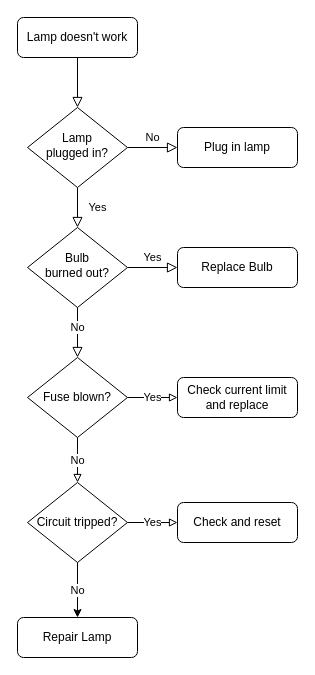
This is Untitled Diagram.drawio from RobertGallen/TestingDiagramsDotNet, a draw.io file, before an edit. Source tidied: cells renumbered, new cells numbered last; positions are measured from the earlier drawing's top-left corner, leaving out a move shared by most shapes. Both pictures are drawn from the tidied source at 100%, with x=0, y=0 at pixel (17, 17).
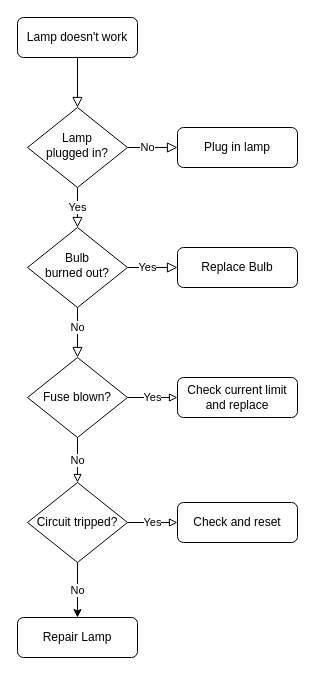
The same page after the edit.

Commit message:
Changed text to be over arrows consistently

Unchanged cells that the change refers to:
```xml
<mxCell id="6" value="Lamp&lt;br&gt;plugged in?" style="rhombus;whiteSpace=wrap;html=1;shadow=0;fontFamily=Helvetica;fontSize=12;align=center;strokeWidth=1;spacing=6;spacingTop=-4;" parent="1" vertex="1">
  <mxGeometry x="10" y="90" width="100" height="80" as="geometry" />
</mxCell>
<mxCell id="7" value="Plug in lamp" style="rounded=1;whiteSpace=wrap;html=1;fontSize=12;glass=0;strokeWidth=1;shadow=0;" parent="1" vertex="1">
  <mxGeometry x="160" y="110" width="120" height="40" as="geometry" />
</mxCell>
<mxCell id="9" value="Bulb&lt;br&gt;burned out?" style="rhombus;whiteSpace=wrap;html=1;shadow=0;fontFamily=Helvetica;fontSize=12;align=center;strokeWidth=1;spacing=6;spacingTop=-4;" parent="1" vertex="1">
  <mxGeometry x="10" y="210" width="100" height="80" as="geometry" />
</mxCell>
<mxCell id="11" value="Replace Bulb" style="rounded=1;whiteSpace=wrap;html=1;fontSize=12;glass=0;strokeWidth=1;shadow=0;" parent="1" vertex="1">
  <mxGeometry x="160" y="230" width="120" height="40" as="geometry" />
</mxCell>
```

Diff of the diagram source:
```diff
@@
-    <mxCell id="4" value="Yes" style="rounded=0;html=1;jettySize=auto;fontSize=11;endArrow=block;endFill=0;endSize=8;strokeWidth=1;shadow=0;labelBackgroundColor=none;edgeStyle=orthogonalEdgeStyle;" parent="1" edge="1" source="6" target="9">
-      <mxGeometry y="20" relative="1" as="geometry" />
+    <mxCell id="4" value="Yes" style="rounded=0;html=1;jettySize=auto;fontSize=11;endArrow=block;endFill=0;endSize=8;strokeWidth=1;shadow=0;labelBackgroundColor=#ffffff;edgeStyle=orthogonalEdgeStyle;" parent="1" edge="1" source="6" target="9">
+      <mxGeometry relative="1" as="geometry" />
     </mxCell>
-    <mxCell id="5" value="No" style="edgeStyle=orthogonalEdgeStyle;rounded=0;html=1;jettySize=auto;fontSize=11;endArrow=block;endFill=0;endSize=8;strokeWidth=1;shadow=0;labelBackgroundColor=none;" parent="1" edge="1" source="6" target="7">
-      <mxGeometry y="10" relative="1" as="geometry" />
+    <mxCell id="5" value="No" style="edgeStyle=orthogonalEdgeStyle;rounded=0;html=1;jettySize=auto;fontSize=11;endArrow=block;endFill=0;endSize=8;strokeWidth=1;shadow=0;labelBackgroundColor=#ffffff;" parent="1" edge="1" source="6" target="7">
+      <mxGeometry x="-0.2" relative="1" as="geometry" />
     </mxCell>
@@
-    <mxCell id="8" value="Yes" style="edgeStyle=orthogonalEdgeStyle;rounded=0;html=1;jettySize=auto;fontSize=11;endArrow=block;endFill=0;endSize=8;strokeWidth=1;shadow=0;labelBackgroundColor=none;" parent="1" edge="1" source="9" target="11">
-      <mxGeometry y="10" relative="1" as="geometry" />
+    <mxCell id="8" value="Yes" style="edgeStyle=orthogonalEdgeStyle;rounded=0;html=1;jettySize=auto;fontSize=11;endArrow=block;endFill=0;endSize=8;strokeWidth=1;shadow=0;labelBackgroundColor=#FFFFFF;" parent="1" edge="1" source="9" target="11">
+      <mxGeometry x="-0.2" relative="1" as="geometry" />
     </mxCell>
```
